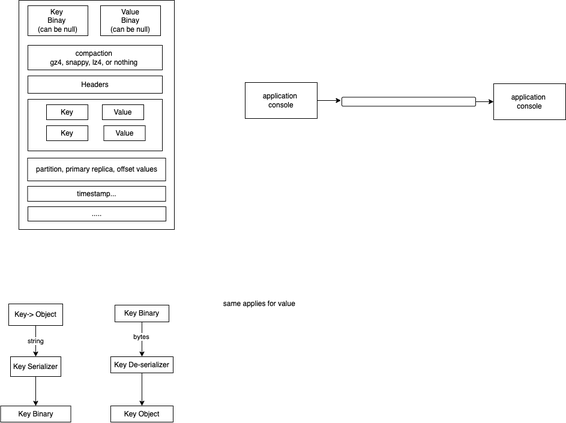
Earlier version of the draw.io export images/day2.drawio.png (adithnaveen/ibm-kafka-aug-2023). Source tidied: cells renumbered, new cells last; positions are measured from the earlier drawing's top-left corner, leaving out a move shared by most shapes.
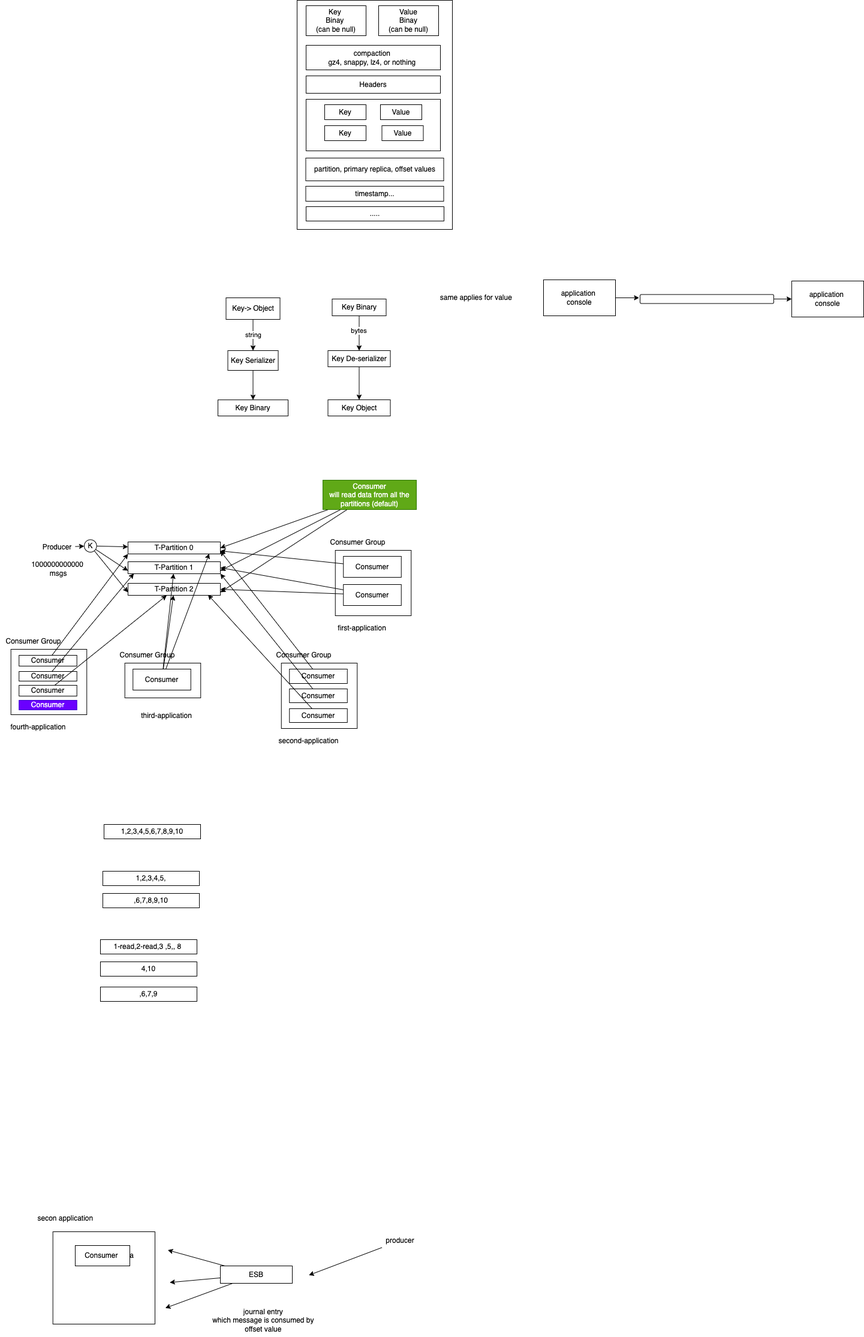
Later version of the same file.

Commit message:
updated consumer groups

Change to the diagram source:
```diff
@@ -43,35 +43,35 @@
     </mxCell>
     <mxCell id="15" style="edgeStyle=none;html=1;" parent="1" edge="1" source="16">
       <mxGeometry relative="1" as="geometry">
-        <mxPoint x="566.5" y="167" as="targetPoint" />
+        <mxPoint x="600.5" y="496" as="targetPoint" />
       </mxGeometry>
     </mxCell>
     <mxCell id="16" value="application&amp;nbsp;&lt;br&gt;console" style="rounded=0;whiteSpace=wrap;html=1;" parent="1" vertex="1">
-      <mxGeometry x="407" y="137" width="120" height="60" as="geometry" />
+      <mxGeometry x="441" y="466" width="120" height="60" as="geometry" />
     </mxCell>
     <mxCell id="17" value="application&amp;nbsp;&lt;br&gt;console" style="rounded=0;whiteSpace=wrap;html=1;" parent="1" vertex="1">
-      <mxGeometry x="821" y="139" width="120" height="60" as="geometry" />
+      <mxGeometry x="855" y="468" width="120" height="60" as="geometry" />
     </mxCell>
     <mxCell id="18" style="edgeStyle=none;html=1;entryX=0;entryY=0.5;entryDx=0;entryDy=0;" parent="1" edge="1" source="19" target="17">
       <mxGeometry relative="1" as="geometry" />
     </mxCell>
     <mxCell id="19" style="rounded=1;whiteSpace=wrap;html=1;" parent="1" vertex="1">
-      <mxGeometry x="568" y="161.5" width="223" height="15" as="geometry" />
+      <mxGeometry x="602" y="490.5" width="223" height="15" as="geometry" />
     </mxCell>
     <mxCell id="20" value="string" style="edgeStyle=none;html=1;" parent="1" edge="1" source="21" target="23">
       <mxGeometry relative="1" as="geometry" />
     </mxCell>
     <mxCell id="21" value="Key-&amp;gt; Object" style="rounded=0;whiteSpace=wrap;html=1;" parent="1" vertex="1">
-      <mxGeometry x="13" y="506" width="90" height="36" as="geometry" />
+      <mxGeometry x="-88.5" y="496" width="90" height="36" as="geometry" />
     </mxCell>
     <mxCell id="22" style="edgeStyle=none;html=1;" parent="1" edge="1" source="23" target="24">
       <mxGeometry relative="1" as="geometry" />
     </mxCell>
     <mxCell id="23" value="Key Serializer" style="rounded=0;whiteSpace=wrap;html=1;" parent="1" vertex="1">
-      <mxGeometry x="16" y="594" width="84" height="33" as="geometry" />
+      <mxGeometry x="-85.5" y="584" width="84" height="33" as="geometry" />
     </mxCell>
     <mxCell id="24" value="Key Binary" style="rounded=0;whiteSpace=wrap;html=1;" parent="1" vertex="1">
-      <mxGeometry x="-0.5" y="676.1" width="117" height="26.9" as="geometry" />
+      <mxGeometry x="-102" y="666.1" width="117" height="26.9" as="geometry" />
     </mxCell>
     <mxCell id="25" style="edgeStyle=none;html=1;" parent="1" edge="1" source="27" target="29">
       <mxGeometry relative="1" as="geometry" />
@@ -80,19 +80,222 @@
       <mxGeometry x="-0.15" y="-1" relative="1" as="geometry" />
     </mxCell>
     <mxCell id="27" value="Key Binary" style="rounded=0;whiteSpace=wrap;html=1;" parent="1" vertex="1">
-      <mxGeometry x="190" y="508" width="90" height="28" as="geometry" />
+      <mxGeometry x="88.5" y="498" width="90" height="28" as="geometry" />
     </mxCell>
     <mxCell id="28" style="edgeStyle=none;html=1;" parent="1" edge="1" source="29" target="30">
       <mxGeometry relative="1" as="geometry" />
     </mxCell>
     <mxCell id="29" value="Key De-serializer" style="rounded=0;whiteSpace=wrap;html=1;" parent="1" vertex="1">
-      <mxGeometry x="183" y="594" width="104" height="27" as="geometry" />
+      <mxGeometry x="81.5" y="584" width="104" height="27" as="geometry" />
     </mxCell>
     <mxCell id="30" value="Key Object" style="rounded=0;whiteSpace=wrap;html=1;" parent="1" vertex="1">
-      <mxGeometry x="183" y="676" width="104" height="27" as="geometry" />
+      <mxGeometry x="81.5" y="666" width="104" height="27" as="geometry" />
     </mxCell>
     <mxCell id="31" value="same applies for value&amp;nbsp;" style="text;html=1;align=center;verticalAlign=middle;strokeColor=none;fillColor=none;" parent="1" vertex="1">
-      <mxGeometry x="361" y="493" width="141" height="26" as="geometry" />
+      <mxGeometry x="259.5" y="483" width="141" height="26" as="geometry" />
     </mxCell>
+    <mxCell id="32" style="edgeStyle=none;html=1;" parent="1" edge="1" source="33" target="45">
+      <mxGeometry relative="1" as="geometry" />
+    </mxCell>
+    <mxCell id="33" value="Producer" style="text;html=1;strokeColor=none;fillColor=none;align=center;verticalAlign=middle;whiteSpace=wrap;rounded=0;" parent="1" vertex="1">
+      <mxGeometry x="-400" y="897" width="60" height="30" as="geometry" />
+    </mxCell>
+    <mxCell id="34" value="T-Partition 0" style="rounded=0;whiteSpace=wrap;html=1;" parent="1" vertex="1">
+      <mxGeometry x="-252" y="903" width="154" height="20" as="geometry" />
+    </mxCell>
+    <mxCell id="35" style="edgeStyle=none;html=1;entryX=1;entryY=0.5;entryDx=0;entryDy=0;" parent="1" edge="1" source="38" target="34">
+      <mxGeometry relative="1" as="geometry" />
+    </mxCell>
+    <mxCell id="36" style="edgeStyle=none;html=1;entryX=1;entryY=0.75;entryDx=0;entryDy=0;" parent="1" edge="1" source="38" target="40">
+      <mxGeometry relative="1" as="geometry" />
+    </mxCell>
+    <mxCell id="37" style="edgeStyle=none;html=1;entryX=1;entryY=0.75;entryDx=0;entryDy=0;" parent="1" edge="1" source="38" target="41">
+      <mxGeometry relative="1" as="geometry" />
+    </mxCell>
+    <mxCell id="38" value="Consumer&lt;br&gt;will read data from all the partitions (default)" style="text;html=1;strokeColor=#2D7600;fillColor=#60a917;align=center;verticalAlign=middle;whiteSpace=wrap;rounded=0;fontColor=#ffffff;" parent="1" vertex="1">
+      <mxGeometry x="73" y="800" width="156" height="49" as="geometry" />
+    </mxCell>
+    <mxCell id="39" value="1000000000000&lt;br&gt;&amp;nbsp;msgs" style="text;html=1;align=center;verticalAlign=middle;strokeColor=none;fillColor=none;" parent="1" vertex="1">
+      <mxGeometry x="-422.5" y="927" width="105" height="41" as="geometry" />
+    </mxCell>
+    <mxCell id="40" value="T-Partition 1" style="rounded=0;whiteSpace=wrap;html=1;" parent="1" vertex="1">
+      <mxGeometry x="-252" y="936" width="154" height="20" as="geometry" />
+    </mxCell>
+    <mxCell id="41" value="T-Partition 2" style="rounded=0;whiteSpace=wrap;html=1;" parent="1" vertex="1">
+      <mxGeometry x="-252" y="972" width="154" height="20" as="geometry" />
+    </mxCell>
+    <mxCell id="42" style="edgeStyle=none;html=1;" parent="1" edge="1" source="45" target="34">
+      <mxGeometry relative="1" as="geometry" />
+    </mxCell>
+    <mxCell id="43" style="edgeStyle=none;html=1;entryX=0;entryY=0.75;entryDx=0;entryDy=0;" parent="1" edge="1" source="45" target="40">
+      <mxGeometry relative="1" as="geometry" />
+    </mxCell>
+    <mxCell id="44" style="edgeStyle=none;html=1;entryX=0;entryY=0.75;entryDx=0;entryDy=0;" parent="1" edge="1" source="45" target="41">
+      <mxGeometry relative="1" as="geometry" />
+    </mxCell>
+    <mxCell id="45" value="K" style="ellipse;whiteSpace=wrap;html=1;" parent="1" vertex="1">
+      <mxGeometry x="-325" y="899.3" width="20.7" height="20.7" as="geometry" />
+    </mxCell>
+    <mxCell id="46" style="rounded=0;whiteSpace=wrap;html=1;" parent="1" vertex="1">
+      <mxGeometry x="93.8" y="917" width="126.5" height="109" as="geometry" />
+    </mxCell>
+    <mxCell id="47" style="edgeStyle=none;html=1;entryX=1;entryY=0.75;entryDx=0;entryDy=0;" parent="1" edge="1" source="48" target="34">
+      <mxGeometry relative="1" as="geometry" />
+    </mxCell>
+    <mxCell id="48" value="Consumer" style="rounded=0;whiteSpace=wrap;html=1;" parent="1" vertex="1">
+      <mxGeometry x="107.2" y="927" width="96.5" height="35" as="geometry" />
+    </mxCell>
+    <mxCell id="49" style="edgeStyle=none;html=1;entryX=1;entryY=0.5;entryDx=0;entryDy=0;" parent="1" edge="1" source="51" target="40">
+      <mxGeometry relative="1" as="geometry" />
+    </mxCell>
+    <mxCell id="50" style="edgeStyle=none;html=1;entryX=1;entryY=0.5;entryDx=0;entryDy=0;" parent="1" edge="1" source="51" target="41">
+      <mxGeometry relative="1" as="geometry" />
+    </mxCell>
+    <mxCell id="51" value="Consumer" style="rounded=0;whiteSpace=wrap;html=1;" parent="1" vertex="1">
+      <mxGeometry x="107.2" y="974" width="96.5" height="35" as="geometry" />
+    </mxCell>
+    <mxCell id="52" value="Consumer Group" style="text;html=1;align=center;verticalAlign=middle;strokeColor=none;fillColor=none;" parent="1" vertex="1">
+      <mxGeometry x="76" y="891" width="110" height="26" as="geometry" />
+    </mxCell>
+    <mxCell id="53" value="first-application" style="text;html=1;align=center;verticalAlign=middle;strokeColor=none;fillColor=none;" parent="1" vertex="1">
+      <mxGeometry x="88.5" y="1034" width="99" height="26" as="geometry" />
+    </mxCell>
+    <mxCell id="54" style="rounded=0;whiteSpace=wrap;html=1;" parent="1" vertex="1">
+      <mxGeometry x="3.8" y="1105" width="126.5" height="109" as="geometry" />
+    </mxCell>
+    <mxCell id="55" style="edgeStyle=none;html=1;entryX=1;entryY=0.75;entryDx=0;entryDy=0;" parent="1" edge="1" source="56" target="34">
+      <mxGeometry relative="1" as="geometry" />
+    </mxCell>
+    <mxCell id="56" value="Consumer" style="rounded=0;whiteSpace=wrap;html=1;" parent="1" vertex="1">
+      <mxGeometry x="17.2" y="1115" width="96.5" height="24" as="geometry" />
+    </mxCell>
+    <mxCell id="57" style="edgeStyle=none;html=1;entryX=1;entryY=1;entryDx=0;entryDy=0;" parent="1" edge="1" source="58" target="40">
+      <mxGeometry relative="1" as="geometry" />
+    </mxCell>
+    <mxCell id="58" value="Consumer" style="rounded=0;whiteSpace=wrap;html=1;" parent="1" vertex="1">
+      <mxGeometry x="17.2" y="1148" width="96.5" height="23" as="geometry" />
+    </mxCell>
+    <mxCell id="59" value="Consumer Group" style="text;html=1;align=center;verticalAlign=middle;" parent="1" vertex="1">
+      <mxGeometry x="-14" y="1079" width="110" height="26" as="geometry" />
+    </mxCell>
+    <mxCell id="60" value="second-application" style="text;html=1;align=center;verticalAlign=middle;" parent="1" vertex="1">
+      <mxGeometry x="-10.5" y="1222" width="118" height="26" as="geometry" />
+    </mxCell>
+    <mxCell id="61" style="edgeStyle=none;html=1;entryX=0.866;entryY=0.953;entryDx=0;entryDy=0;entryPerimeter=0;" parent="1" edge="1" source="62" target="41">
+      <mxGeometry relative="1" as="geometry" />
+    </mxCell>
+    <mxCell id="62" value="Consumer" style="rounded=0;whiteSpace=wrap;html=1;" parent="1" vertex="1">
+      <mxGeometry x="17.2" y="1181" width="96.5" height="23" as="geometry" />
+    </mxCell>
+    <mxCell id="63" style="rounded=0;whiteSpace=wrap;html=1;" parent="1" vertex="1">
+      <mxGeometry x="-257.2" y="1105" width="126.5" height="58" as="geometry" />
+    </mxCell>
+    <mxCell id="64" style="edgeStyle=none;html=1;entryX=0.879;entryY=0.977;entryDx=0;entryDy=0;entryPerimeter=0;" parent="1" edge="1" source="67" target="34">
+      <mxGeometry relative="1" as="geometry" />
+    </mxCell>
+    <mxCell id="65" style="edgeStyle=none;html=1;" parent="1" edge="1" source="67" target="40">
+      <mxGeometry relative="1" as="geometry" />
+    </mxCell>
+    <mxCell id="66" style="edgeStyle=none;html=1;" parent="1" edge="1" source="67" target="41">
+      <mxGeometry relative="1" as="geometry" />
+    </mxCell>
+    <mxCell id="67" value="Consumer" style="rounded=0;whiteSpace=wrap;html=1;" parent="1" vertex="1">
+      <mxGeometry x="-243.8" y="1115" width="96.5" height="35" as="geometry" />
+    </mxCell>
+    <mxCell id="68" value="Consumer Group" style="text;html=1;align=center;verticalAlign=middle;strokeColor=none;fillColor=none;" parent="1" vertex="1">
+      <mxGeometry x="-275" y="1079" width="110" height="26" as="geometry" />
+    </mxCell>
+    <mxCell id="69" value="third-application" style="text;html=1;align=center;verticalAlign=middle;strokeColor=none;fillColor=none;" parent="1" vertex="1">
+      <mxGeometry x="-240" y="1179.5" width="103" height="26" as="geometry" />
+    </mxCell>
+    <mxCell id="70" style="rounded=0;whiteSpace=wrap;html=1;" parent="1" vertex="1">
+      <mxGeometry x="-447.2" y="1082" width="126.5" height="109" as="geometry" />
+    </mxCell>
+    <mxCell id="71" style="edgeStyle=none;html=1;entryX=0;entryY=1;entryDx=0;entryDy=0;" parent="1" edge="1" source="72" target="34">
+      <mxGeometry relative="1" as="geometry" />
+    </mxCell>
+    <mxCell id="72" value="Consumer" style="rounded=0;whiteSpace=wrap;html=1;" parent="1" vertex="1">
+      <mxGeometry x="-433.8" y="1092" width="96.5" height="18" as="geometry" />
+    </mxCell>
+    <mxCell id="73" style="edgeStyle=none;html=1;entryX=0.063;entryY=0.987;entryDx=0;entryDy=0;entryPerimeter=0;" parent="1" edge="1" source="74" target="40">
+      <mxGeometry relative="1" as="geometry" />
+    </mxCell>
+    <mxCell id="74" value="Consumer" style="rounded=0;whiteSpace=wrap;html=1;" parent="1" vertex="1">
+      <mxGeometry x="-433.8" y="1119" width="96.5" height="16" as="geometry" />
+    </mxCell>
+    <mxCell id="75" value="Consumer Group" style="text;html=1;align=center;verticalAlign=middle;strokeColor=none;fillColor=none;" parent="1" vertex="1">
+      <mxGeometry x="-465" y="1056" width="110" height="26" as="geometry" />
+    </mxCell>
+    <mxCell id="76" value="fourth-application" style="text;html=1;align=center;verticalAlign=middle;strokeColor=none;fillColor=none;" parent="1" vertex="1">
+      <mxGeometry x="-457.5" y="1199" width="110" height="26" as="geometry" />
+    </mxCell>
+    <mxCell id="77" style="edgeStyle=none;html=1;" parent="1" edge="1" source="78" target="41">
+      <mxGeometry relative="1" as="geometry" />
+    </mxCell>
+    <mxCell id="78" value="Consumer" style="rounded=0;whiteSpace=wrap;html=1;" parent="1" vertex="1">
+      <mxGeometry x="-433.8" y="1142" width="96.5" height="18" as="geometry" />
+    </mxCell>
+    <mxCell id="79" value="Consumer" style="rounded=0;whiteSpace=wrap;html=1;fillColor=#6a00ff;fontColor=#ffffff;strokeColor=#3700CC;" parent="1" vertex="1">
+      <mxGeometry x="-433.8" y="1167" width="96.5" height="16" as="geometry" />
+    </mxCell>
+    <mxCell id="80" value="1,2,3,4,5,6,7,8,9,10" style="rounded=0;whiteSpace=wrap;html=1;" parent="1" vertex="1">
+      <mxGeometry x="-292" y="1374" width="161" height="24" as="geometry" />
+    </mxCell>
+    <mxCell id="81" value="1,2,3,4,5," style="rounded=0;whiteSpace=wrap;html=1;" parent="1" vertex="1">
+      <mxGeometry x="-294" y="1452" width="161" height="24" as="geometry" />
+    </mxCell>
+    <mxCell id="82" value=",6,7,8,9,10" style="rounded=0;whiteSpace=wrap;html=1;" parent="1" vertex="1">
+      <mxGeometry x="-294" y="1489" width="161" height="24" as="geometry" />
+    </mxCell>
+    <mxCell id="83" value="1-read,2-read,3 ,5,, 8&amp;nbsp;" style="rounded=0;whiteSpace=wrap;html=1;" parent="1" vertex="1">
+      <mxGeometry x="-298" y="1566" width="161" height="24" as="geometry" />
+    </mxCell>
+    <mxCell id="84" value="4,10" style="rounded=0;whiteSpace=wrap;html=1;" parent="1" vertex="1">
+      <mxGeometry x="-298" y="1603" width="161" height="24" as="geometry" />
+    </mxCell>
+    <mxCell id="85" value=",6,7,9" style="rounded=0;whiteSpace=wrap;html=1;" parent="1" vertex="1">
+      <mxGeometry x="-298" y="1645" width="161" height="24" as="geometry" />
+    </mxCell>
+    <mxCell id="86" style="rounded=0;whiteSpace=wrap;html=1;" parent="1" vertex="1">
+      <mxGeometry x="-377.2" y="2053" width="170.2" height="154" as="geometry" />
+    </mxCell>
+    <mxCell id="87" value="secon application&amp;nbsp;" style="text;html=1;align=center;verticalAlign=middle;strokeColor=none;fillColor=none;" parent="1" vertex="1">
+      <mxGeometry x="-412" y="2018" width="114" height="26" as="geometry" />
+    </mxCell>
+    <mxCell id="88" style="edgeStyle=none;html=1;" parent="1" edge="1" source="91">
+      <mxGeometry relative="1" as="geometry">
+        <mxPoint x="-185.7" y="2083.6" as="targetPoint" />
+      </mxGeometry>
+    </mxCell>
+    <mxCell id="89" style="edgeStyle=none;html=1;" parent="1" edge="1" source="91">
+      <mxGeometry relative="1" as="geometry">
+        <mxPoint x="-182.4" y="2137.6" as="targetPoint" />
+      </mxGeometry>
+    </mxCell>
+    <mxCell id="90" style="edgeStyle=none;html=1;" parent="1" edge="1" source="91">
+      <mxGeometry relative="1" as="geometry">
+        <mxPoint x="-189.7" y="2180.3" as="targetPoint" />
+      </mxGeometry>
+    </mxCell>
+    <mxCell id="91" value="ESB" style="rounded=0;whiteSpace=wrap;html=1;" parent="1" vertex="1">
+      <mxGeometry x="-98" y="2110" width="120" height="29" as="geometry" />
+    </mxCell>
+    <mxCell id="92" style="edgeStyle=none;html=1;" parent="1" edge="1" source="93">
+      <mxGeometry relative="1" as="geometry">
+        <mxPoint x="49.6" y="2125.5" as="targetPoint" />
+      </mxGeometry>
+    </mxCell>
+    <mxCell id="93" value="producer" style="text;html=1;strokeColor=none;fillColor=none;align=center;verticalAlign=middle;whiteSpace=wrap;rounded=0;" parent="1" vertex="1">
+      <mxGeometry x="171.5" y="2053" width="60" height="30" as="geometry" />
+    </mxCell>
+    <mxCell id="94" value="journal entry&amp;nbsp;&lt;br&gt;which message is consumed by&amp;nbsp;&lt;br&gt;offset value&amp;nbsp;" style="text;html=1;align=center;verticalAlign=middle;strokeColor=none;fillColor=none;" parent="1" vertex="1">
+      <mxGeometry x="-121" y="2173" width="191" height="55" as="geometry" />
+    </mxCell>
+    <mxCell id="95" value="cya" style="text;html=1;align=center;verticalAlign=middle;strokeColor=none;fillColor=none;" parent="1" vertex="1">
+      <mxGeometry x="-271" y="2080" width="37" height="26" as="geometry" />
+    </mxCell>
+    <mxCell id="96" value="Consumer&amp;nbsp;" style="whiteSpace=wrap;html=1;" parent="1" vertex="1">
+      <mxGeometry x="-340" y="2076" width="91" height="34" as="geometry" />
+    </mxCell>
   </root>
 </mxGraphModel>
```
